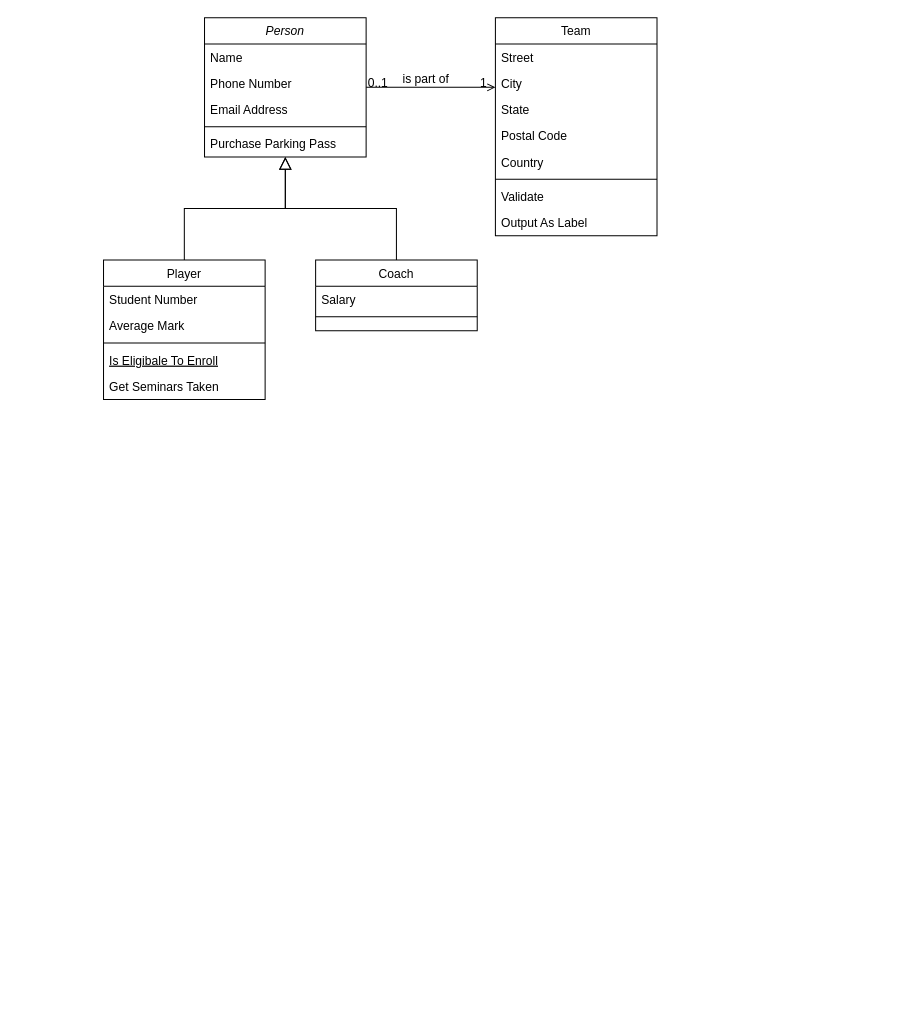
ICC3101-202010/examen-SebAltmann-uandes keeps this draw.io diagram as UML_ExamenSebastiánAltmann.drawio. Above is the earlier version. Source tidied: cells renumbered, new cells numbered last; positions are measured from the earlier drawing's top-left corner, leaving out a move shared by most shapes. Both pictures are drawn from the tidied source at 101%, with x=0, y=0 at pixel (103, 17).
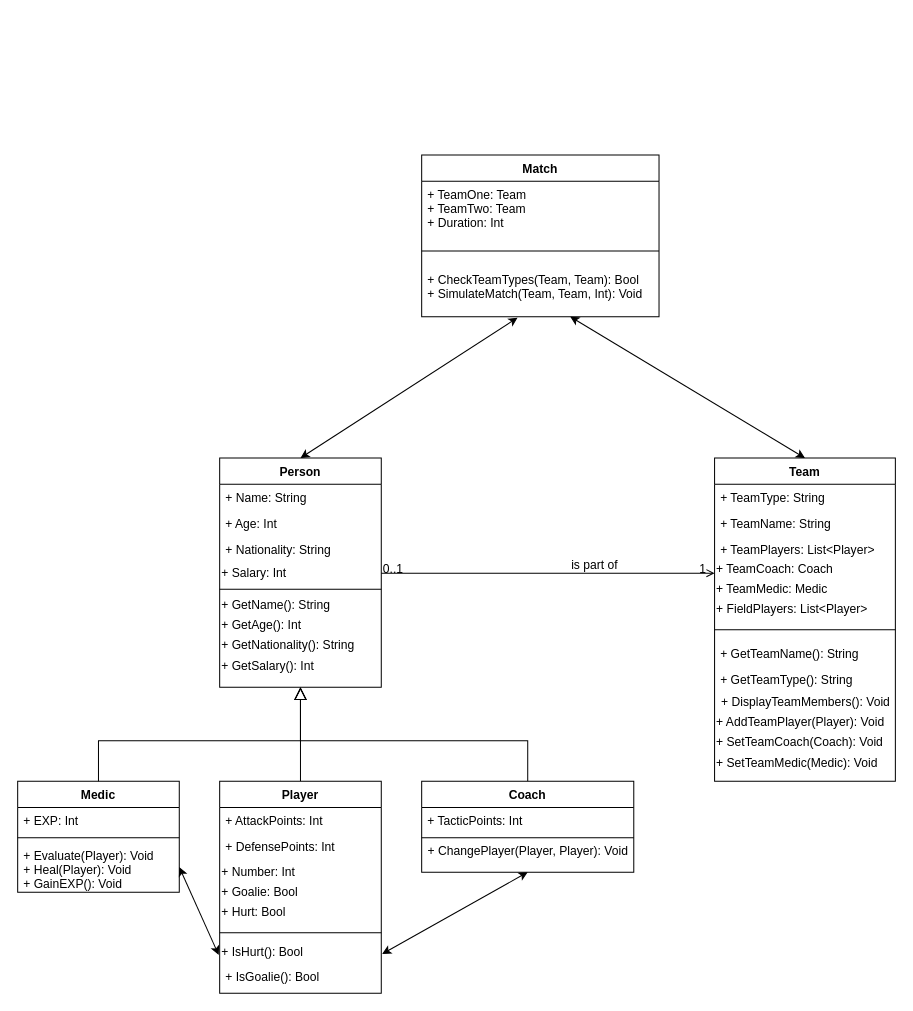
Above is the later version.

Change to the diagram source:
```diff
@@
+    <mxCell id="14" style="endArrow=block;endSize=10;endFill=0;shadow=0;strokeWidth=1;rounded=0;edgeStyle=elbowEdgeStyle;elbow=vertical;" parent="1" edge="1" source="8" target="2">
+      <mxGeometry relative="1" as="geometry" />
+    </mxCell>
+    <mxCell id="18" style="endArrow=block;endSize=10;endFill=0;shadow=0;strokeWidth=1;rounded=0;edgeStyle=elbowEdgeStyle;elbow=vertical;" parent="1" edge="1" source="15" target="2">
+      <mxGeometry relative="1" as="geometry">
+        <Array as="points">
+          <mxPoint x="305" y="716" />
+        </Array>
+      </mxGeometry>
+    </mxCell>
+    <mxCell id="28" style="endArrow=open;shadow=0;strokeWidth=1;strokeColor=#000000;rounded=0;endFill=1;edgeStyle=elbowEdgeStyle;elbow=vertical;" parent="1" edge="1" source="2" target="19">
+      <mxGeometry x="0.5" y="41" relative="1" as="geometry">
+        <mxPoint x="-40" y="32" as="offset" />
+      </mxGeometry>
+    </mxCell>
+    <mxCell id="29" value="0..1" style="align=left;verticalAlign=bottom;labelBackgroundColor=none;fontSize=12;" parent="28" vertex="1">
+      <mxGeometry x="-1" relative="1" as="geometry">
+        <mxPoint y="4" as="offset" />
+      </mxGeometry>
+    </mxCell>
+    <mxCell id="30" value="1" style="align=right;verticalAlign=bottom;labelBackgroundColor=none;fontSize=12;" parent="28" vertex="1">
+      <mxGeometry x="1" relative="1" as="geometry">
+        <mxPoint x="-7" y="4" as="offset" />
+      </mxGeometry>
+    </mxCell>
+    <mxCell id="31" value="is part of" style="text;html=1;align=center;verticalAlign=middle;labelBackgroundColor=none;rounded=0;shadow=0;strokeWidth=1;fontSize=12;" parent="28" vertex="1">
+      <mxGeometry x="0.5" y="49" relative="1" as="geometry">
+        <mxPoint x="-38" y="40" as="offset" />
+      </mxGeometry>
+    </mxCell>
+    <mxCell id="32" style="edgeStyle=orthogonalEdgeStyle;rounded=0;jettySize=auto;html=1;endArrow=block;endFill=0;endSize=10;entryX=0.5;entryY=1;entryDx=0;entryDy=0;exitX=0.5;exitY=0;exitDx=0;exitDy=0;" parent="1" edge="1" source="45" target="2">
+      <mxGeometry relative="1" as="geometry">
+        <Array as="points">
+          <mxPoint x="-5" y="766" />
+          <mxPoint x="-5" y="716" />
+          <mxPoint x="195" y="716" />
+        </Array>
+      </mxGeometry>
+    </mxCell>
+    <mxCell id="33" style="endArrow=classic;startArrow=classic;html=1;entryX=0.404;entryY=1.02;entryDx=0;entryDy=0;entryPerimeter=0;exitX=0.5;exitY=0;exitDx=0;exitDy=0;" parent="1" edge="1" source="2" target="59">
+      <mxGeometry relative="1" as="geometry" />
+    </mxCell>
+    <mxCell id="34" style="endArrow=classic;startArrow=classic;html=1;entryX=0.626;entryY=1;entryDx=0;entryDy=0;entryPerimeter=0;exitX=0.5;exitY=0;exitDx=0;exitDy=0;" parent="1" edge="1" source="19" target="59">
+      <mxGeometry relative="1" as="geometry" />
+    </mxCell>
-    <mxCell id="2" value="Person" style="swimlane;fontStyle=2;align=center;verticalAlign=top;horizontal=1;startSize=26;rounded=0;shadow=0;strokeWidth=1;" parent="1" vertex="1">
-      <mxGeometry x="100" width="160" height="138" as="geometry" />
+    <mxCell id="2" value="Person" style="swimlane;fontStyle=1;align=center;verticalAlign=top;horizontal=1;startSize=26;rounded=0;shadow=0;strokeWidth=1;" parent="1" vertex="1">
+      <mxGeometry x="115" y="436" width="160" height="227" as="geometry" />
     </mxCell>
-    <mxCell id="3" value="Name" style="text;align=left;verticalAlign=top;spacingLeft=4;spacingRight=4;overflow=hidden;" parent="2" vertex="1">
+    <mxCell id="3" value="+ Name: String" style="text;align=left;verticalAlign=top;spacingLeft=4;spacingRight=4;overflow=hidden;" parent="2" vertex="1">
       <mxGeometry y="26" width="160" height="26" as="geometry" />
     </mxCell>
-    <mxCell id="4" value="Phone Number" style="text;align=left;verticalAlign=top;spacingLeft=4;spacingRight=4;overflow=hidden;rounded=0;shadow=0;html=0;" parent="2" vertex="1">
+    <mxCell id="4" value="+ Age: Int" style="text;align=left;verticalAlign=top;spacingLeft=4;spacingRight=4;overflow=hidden;rounded=0;shadow=0;html=0;" parent="2" vertex="1">
       <mxGeometry y="52" width="160" height="26" as="geometry" />
     </mxCell>
-    <mxCell id="5" value="Email Address" style="text;align=left;verticalAlign=top;spacingLeft=4;spacingRight=4;overflow=hidden;rounded=0;shadow=0;html=0;" parent="2" vertex="1">
+    <mxCell id="5" value="+ Nationality: String" style="text;align=left;verticalAlign=top;spacingLeft=4;spacingRight=4;overflow=hidden;rounded=0;shadow=0;html=0;" parent="2" vertex="1">
       <mxGeometry y="78" width="160" height="26" as="geometry" />
     </mxCell>
+    <mxCell id="35" value="+ Salary: Int" style="text;html=1;align=left;verticalAlign=middle;" parent="2" vertex="1">
+      <mxGeometry y="104" width="160" height="20" as="geometry" />
+    </mxCell>
     <mxCell id="6" style="line;html=1;strokeWidth=1;align=left;verticalAlign=middle;spacingTop=-1;spacingLeft=3;spacingRight=3;labelPosition=right;" parent="2" vertex="1">
-      <mxGeometry y="104" width="160" height="8" as="geometry" />
+      <mxGeometry y="124" width="160" height="12" as="geometry" />
     </mxCell>
-    <mxCell id="7" value="Purchase Parking Pass" style="text;align=left;verticalAlign=top;spacingLeft=4;spacingRight=4;overflow=hidden;" parent="2" vertex="1">
-      <mxGeometry y="112" width="160" height="26" as="geometry" />
-    </mxCell>
+    <mxCell id="36" value="+ GetName(): String" style="text;html=1;align=left;verticalAlign=middle;" parent="2" vertex="1">
+      <mxGeometry y="136" width="160" height="20" as="geometry" />
+    </mxCell>
+    <mxCell id="37" value="+ GetAge(): Int" style="text;html=1;align=left;verticalAlign=middle;" parent="2" vertex="1">
+      <mxGeometry y="156" width="160" height="20" as="geometry" />
+    </mxCell>
+    <mxCell id="38" value="+ GetNationality(): String" style="text;html=1;align=left;verticalAlign=middle;" parent="2" vertex="1">
+      <mxGeometry y="176" width="160" height="20" as="geometry" />
+    </mxCell>
+    <mxCell id="39" value="+ GetSalary(): Int" style="text;html=1;align=left;verticalAlign=middle;" parent="2" vertex="1">
+      <mxGeometry y="196" width="160" height="20" as="geometry" />
+    </mxCell>
+    <mxCell id="15" value="Coach" style="swimlane;fontStyle=1;align=center;verticalAlign=top;horizontal=1;startSize=26;rounded=0;shadow=0;strokeWidth=1;" parent="1" vertex="1">
+      <mxGeometry x="315" y="756" width="210" height="90" as="geometry" />
+    </mxCell>
+    <mxCell id="16" value="+ TacticPoints: Int" style="text;align=left;verticalAlign=top;spacingLeft=4;spacingRight=4;overflow=hidden;" parent="15" vertex="1">
+      <mxGeometry y="26" width="210" height="26" as="geometry" />
+    </mxCell>
+    <mxCell id="17" style="line;html=1;strokeWidth=1;align=left;verticalAlign=middle;spacingTop=-1;spacingLeft=3;spacingRight=3;labelPosition=right;" parent="15" vertex="1">
+      <mxGeometry y="52" width="210" height="8" as="geometry" />
+    </mxCell>
+    <mxCell id="40" value="+ ChangePlayer(Player, Player): Void" style="text;html=1;align=center;verticalAlign=middle;" parent="15" vertex="1">
+      <mxGeometry y="60" width="210" height="20" as="geometry" />
+    </mxCell>
-    <mxCell id="8" value="Player" style="swimlane;fontStyle=0;align=center;verticalAlign=top;horizontal=1;startSize=26;rounded=0;shadow=0;strokeWidth=1;" parent="1" vertex="1">
-      <mxGeometry y="240" width="160" height="138" as="geometry" />
+    <mxCell id="8" value="Player" style="swimlane;fontStyle=1;align=center;verticalAlign=top;horizontal=1;startSize=26;rounded=0;shadow=0;strokeWidth=1;" parent="1" vertex="1">
+      <mxGeometry x="115" y="756" width="160" height="210" as="geometry" />
     </mxCell>
-    <mxCell id="9" value="Student Number" style="text;align=left;verticalAlign=top;spacingLeft=4;spacingRight=4;overflow=hidden;" parent="8" vertex="1">
+    <mxCell id="9" value="+ AttackPoints: Int" style="text;align=left;verticalAlign=top;spacingLeft=4;spacingRight=4;overflow=hidden;" parent="8" vertex="1">
       <mxGeometry y="26" width="160" height="26" as="geometry" />
     </mxCell>
-    <mxCell id="10" value="Average Mark" style="text;align=left;verticalAlign=top;spacingLeft=4;spacingRight=4;overflow=hidden;rounded=0;shadow=0;html=0;" parent="8" vertex="1">
-      <mxGeometry y="52" width="160" height="26" as="geometry" />
+    <mxCell id="10" value="+ DefensePoints: Int" style="text;align=left;verticalAlign=top;spacingLeft=4;spacingRight=4;overflow=hidden;rounded=0;shadow=0;html=0;" parent="8" vertex="1">
+      <mxGeometry y="52" width="160" height="28" as="geometry" />
     </mxCell>
+    <mxCell id="41" value="+ Number: Int" style="text;html=1;align=left;verticalAlign=middle;" parent="8" vertex="1">
+      <mxGeometry y="80" width="160" height="20" as="geometry" />
+    </mxCell>
+    <mxCell id="42" value="+ Goalie: Bool" style="text;html=1;align=left;verticalAlign=middle;" parent="8" vertex="1">
+      <mxGeometry y="100" width="160" height="20" as="geometry" />
+    </mxCell>
+    <mxCell id="43" value="+ Hurt: Bool" style="text;html=1;align=left;verticalAlign=middle;" parent="8" vertex="1">
+      <mxGeometry y="120" width="160" height="20" as="geometry" />
+    </mxCell>
     <mxCell id="11" style="line;html=1;strokeWidth=1;align=left;verticalAlign=middle;spacingTop=-1;spacingLeft=3;spacingRight=3;labelPosition=right;" parent="8" vertex="1">
-      <mxGeometry y="78" width="160" height="8" as="geometry" />
+      <mxGeometry y="140" width="160" height="20" as="geometry" />
     </mxCell>
-    <mxCell id="12" value="Is Eligibale To Enroll" style="text;align=left;verticalAlign=top;spacingLeft=4;spacingRight=4;overflow=hidden;fontStyle=4;" parent="8" vertex="1">
-      <mxGeometry y="86" width="160" height="26" as="geometry" />
-    </mxCell>
+    <mxCell id="44" value="+ IsHurt(): Bool" style="text;html=1;align=left;verticalAlign=middle;points=[];" parent="8" vertex="1">
+      <mxGeometry y="160" width="160" height="20" as="geometry" />
+    </mxCell>
-    <mxCell id="13" value="Get Seminars Taken" style="text;align=left;verticalAlign=top;spacingLeft=4;spacingRight=4;overflow=hidden;" parent="8" vertex="1">
-      <mxGeometry y="112" width="160" height="26" as="geometry" />
+    <mxCell id="13" value="+ IsGoalie(): Bool" style="text;align=left;verticalAlign=top;spacingLeft=4;spacingRight=4;overflow=hidden;" parent="8" vertex="1">
+      <mxGeometry y="180" width="160" height="20" as="geometry" />
     </mxCell>
-    <mxCell id="14" style="endArrow=block;endSize=10;endFill=0;shadow=0;strokeWidth=1;rounded=0;edgeStyle=elbowEdgeStyle;elbow=vertical;" parent="1" edge="1" source="8" target="2">
-      <mxGeometry relative="1" as="geometry" />
-    </mxCell>
-    <mxCell id="15" value="Coach" style="swimlane;fontStyle=0;align=center;verticalAlign=top;horizontal=1;startSize=26;rounded=0;shadow=0;strokeWidth=1;" parent="1" vertex="1">
-      <mxGeometry x="210" y="240" width="160" height="70" as="geometry" />
-    </mxCell>
-    <mxCell id="16" value="Salary" style="text;align=left;verticalAlign=top;spacingLeft=4;spacingRight=4;overflow=hidden;" parent="15" vertex="1">
-      <mxGeometry y="26" width="160" height="26" as="geometry" />
-    </mxCell>
-    <mxCell id="17" style="line;html=1;strokeWidth=1;align=left;verticalAlign=middle;spacingTop=-1;spacingLeft=3;spacingRight=3;labelPosition=right;" parent="15" vertex="1">
-      <mxGeometry y="52" width="160" height="8" as="geometry" />
-    </mxCell>
-    <mxCell id="18" style="endArrow=block;endSize=10;endFill=0;shadow=0;strokeWidth=1;rounded=0;edgeStyle=elbowEdgeStyle;elbow=vertical;" parent="1" edge="1" source="15" target="2">
-      <mxGeometry relative="1" as="geometry" />
-    </mxCell>
+    <mxCell id="45" value="Medic" style="swimlane;fontStyle=1;align=center;verticalAlign=top;horizontal=1;startSize=26;" parent="1" vertex="1">
+      <mxGeometry x="-85" y="756" width="160" height="110" as="geometry" />
+    </mxCell>
+    <mxCell id="46" value="+ EXP: Int" style="text;strokeColor=none;fillColor=none;align=left;verticalAlign=top;spacingLeft=4;spacingRight=4;overflow=hidden;" parent="45" vertex="1">
+      <mxGeometry y="26" width="160" height="26" as="geometry" />
+    </mxCell>
+    <mxCell id="47" style="line;strokeWidth=1;fillColor=none;align=left;verticalAlign=middle;spacingTop=-1;spacingLeft=3;spacingRight=3;labelPosition=right;" parent="45" vertex="1">
+      <mxGeometry y="52" width="160" height="8" as="geometry" />
+    </mxCell>
+    <mxCell id="48" value="+ Evaluate(Player): Void&#10;+ Heal(Player): Void&#10;+ GainEXP(): Void" style="text;strokeColor=none;fillColor=none;align=left;verticalAlign=top;spacingLeft=4;spacingRight=4;overflow=hidden;points=[[0,0.5],[1,0.5]];portConstraint=eastwest;" parent="45" vertex="1">
+      <mxGeometry y="60" width="160" height="50" as="geometry" />
+    </mxCell>
-    <mxCell id="19" value="Team" style="swimlane;fontStyle=0;align=center;verticalAlign=top;horizontal=1;startSize=26;rounded=0;shadow=0;strokeWidth=1;" parent="1" vertex="1">
-      <mxGeometry x="388" width="160" height="216" as="geometry" />
+    <mxCell id="19" value="Team" style="swimlane;fontStyle=1;align=center;verticalAlign=top;horizontal=1;startSize=26;rounded=0;shadow=0;strokeWidth=1;" parent="1" vertex="1">
+      <mxGeometry x="605" y="436" width="179" height="320" as="geometry" />
     </mxCell>
-    <mxCell id="20" value="Street" style="text;align=left;verticalAlign=top;spacingLeft=4;spacingRight=4;overflow=hidden;" parent="19" vertex="1">
-      <mxGeometry y="26" width="160" height="26" as="geometry" />
+    <mxCell id="20" value="+ TeamType: String" style="text;align=left;verticalAlign=top;spacingLeft=4;spacingRight=4;overflow=hidden;" parent="19" vertex="1">
+      <mxGeometry y="26" width="179" height="26" as="geometry" />
     </mxCell>
-    <mxCell id="21" value="City" style="text;align=left;verticalAlign=top;spacingLeft=4;spacingRight=4;overflow=hidden;rounded=0;shadow=0;html=0;" parent="19" vertex="1">
-      <mxGeometry y="52" width="160" height="26" as="geometry" />
+    <mxCell id="21" value="+ TeamName: String" style="text;align=left;verticalAlign=top;spacingLeft=4;spacingRight=4;overflow=hidden;rounded=0;shadow=0;html=0;" parent="19" vertex="1">
+      <mxGeometry y="52" width="179" height="26" as="geometry" />
     </mxCell>
-    <mxCell id="22" value="State" style="text;align=left;verticalAlign=top;spacingLeft=4;spacingRight=4;overflow=hidden;rounded=0;shadow=0;html=0;" parent="19" vertex="1">
-      <mxGeometry y="78" width="160" height="26" as="geometry" />
+    <mxCell id="22" value="+ TeamPlayers: List&lt;Player&gt;" style="text;align=left;verticalAlign=top;spacingLeft=4;spacingRight=4;overflow=hidden;rounded=0;shadow=0;html=0;" parent="19" vertex="1">
+      <mxGeometry y="78" width="179" height="22" as="geometry" />
     </mxCell>
-    <mxCell id="23" value="Postal Code" style="text;align=left;verticalAlign=top;spacingLeft=4;spacingRight=4;overflow=hidden;rounded=0;shadow=0;html=0;" parent="19" vertex="1">
-      <mxGeometry y="104" width="160" height="26" as="geometry" />
-    </mxCell>
-    <mxCell id="24" value="Country" style="text;align=left;verticalAlign=top;spacingLeft=4;spacingRight=4;overflow=hidden;rounded=0;shadow=0;html=0;" parent="19" vertex="1">
-      <mxGeometry y="130" width="160" height="26" as="geometry" />
-    </mxCell>
+    <mxCell id="49" value="+ TeamCoach: Coach" style="text;html=1;align=left;verticalAlign=middle;" parent="19" vertex="1">
+      <mxGeometry y="100" width="179" height="20" as="geometry" />
+    </mxCell>
+    <mxCell id="50" value="+ TeamMedic: Medic" style="text;html=1;align=left;verticalAlign=middle;" parent="19" vertex="1">
+      <mxGeometry y="120" width="179" height="20" as="geometry" />
+    </mxCell>
+    <mxCell id="51" value="+ FieldPlayers: List&amp;lt;Player&amp;gt;" style="text;html=1;align=left;verticalAlign=middle;" parent="19" vertex="1">
+      <mxGeometry y="140" width="179" height="20" as="geometry" />
+    </mxCell>
     <mxCell id="25" style="line;html=1;strokeWidth=1;align=left;verticalAlign=middle;spacingTop=-1;spacingLeft=3;spacingRight=3;labelPosition=right;" parent="19" vertex="1">
-      <mxGeometry y="156" width="160" height="8" as="geometry" />
+      <mxGeometry y="160" width="179" height="20" as="geometry" />
     </mxCell>
-    <mxCell id="26" value="Validate" style="text;align=left;verticalAlign=top;spacingLeft=4;spacingRight=4;overflow=hidden;" parent="19" vertex="1">
-      <mxGeometry y="164" width="160" height="26" as="geometry" />
+    <mxCell id="26" value="+ GetTeamName(): String" style="text;align=left;verticalAlign=top;spacingLeft=4;spacingRight=4;overflow=hidden;" parent="19" vertex="1">
+      <mxGeometry y="180" width="179" height="26" as="geometry" />
     </mxCell>
-    <mxCell id="27" value="Output As Label" style="text;align=left;verticalAlign=top;spacingLeft=4;spacingRight=4;overflow=hidden;" parent="19" vertex="1">
-      <mxGeometry y="190" width="160" height="26" as="geometry" />
+    <mxCell id="27" value="+ GetTeamType(): String" style="text;align=left;verticalAlign=top;spacingLeft=4;spacingRight=4;overflow=hidden;" parent="19" vertex="1">
+      <mxGeometry y="206" width="179" height="26" as="geometry" />
     </mxCell>
-    <mxCell id="28" style="endArrow=open;shadow=0;strokeWidth=1;strokeColor=#000000;rounded=0;endFill=1;edgeStyle=elbowEdgeStyle;elbow=vertical;" parent="1" edge="1" source="2" target="19">
-      <mxGeometry x="0.5" y="41" relative="1" as="geometry">
-        <mxPoint x="-40" y="32" as="offset" />
-      </mxGeometry>
-    </mxCell>
-    <mxCell id="29" value="0..1" style="align=left;verticalAlign=bottom;labelBackgroundColor=none;fontSize=12;" parent="28" vertex="1">
-      <mxGeometry x="-1" relative="1" as="geometry">
-        <mxPoint y="4" as="offset" />
-      </mxGeometry>
-    </mxCell>
-    <mxCell id="30" value="1" style="align=right;verticalAlign=bottom;labelBackgroundColor=none;fontSize=12;" parent="28" vertex="1">
-      <mxGeometry x="1" relative="1" as="geometry">
-        <mxPoint x="-7" y="4" as="offset" />
-      </mxGeometry>
-    </mxCell>
-    <mxCell id="31" value="is part of" style="text;html=1;align=center;verticalAlign=middle;labelBackgroundColor=none;rounded=0;shadow=0;strokeWidth=1;fontSize=12;" parent="28" vertex="1">
-      <mxGeometry x="0.5" y="49" relative="1" as="geometry">
-        <mxPoint x="-38" y="40" as="offset" />
-      </mxGeometry>
-    </mxCell>
+    <mxCell id="52" value="+ DisplayTeamMembers(): Void" style="text;html=1;align=center;verticalAlign=middle;" parent="19" vertex="1">
+      <mxGeometry y="232" width="179" height="20" as="geometry" />
+    </mxCell>
+    <mxCell id="53" value="+ AddTeamPlayer(Player): Void" style="text;html=1;align=left;verticalAlign=middle;" parent="19" vertex="1">
+      <mxGeometry y="252" width="179" height="20" as="geometry" />
+    </mxCell>
+    <mxCell id="54" value="+ SetTeamCoach(Coach): Void" style="text;html=1;align=left;verticalAlign=middle;" parent="19" vertex="1">
+      <mxGeometry y="272" width="179" height="20" as="geometry" />
+    </mxCell>
+    <mxCell id="55" value="+ SetTeamMedic(Medic): Void" style="text;html=1;align=left;verticalAlign=middle;" parent="19" vertex="1">
+      <mxGeometry y="292" width="179" height="20" as="geometry" />
+    </mxCell>
+    <mxCell id="56" value="Match" style="swimlane;fontStyle=1;align=center;verticalAlign=top;horizontal=1;startSize=26;" parent="1" vertex="1">
+      <mxGeometry x="315" y="136" width="235" height="160" as="geometry" />
+    </mxCell>
+    <mxCell id="57" value="+ TeamOne: Team&#10;+ TeamTwo: Team&#10;+ Duration: Int" style="text;strokeColor=none;fillColor=none;align=left;verticalAlign=top;spacingLeft=4;spacingRight=4;overflow=hidden;" parent="56" vertex="1">
+      <mxGeometry y="26" width="235" height="54" as="geometry" />
+    </mxCell>
+    <mxCell id="58" style="line;strokeWidth=1;fillColor=none;align=left;verticalAlign=middle;spacingTop=-1;spacingLeft=3;spacingRight=3;labelPosition=right;" parent="56" vertex="1">
+      <mxGeometry y="80" width="235" height="30" as="geometry" />
+    </mxCell>
+    <mxCell id="59" value="+ CheckTeamTypes(Team, Team): Bool&#10;+ SimulateMatch(Team, Team, Int): Void" style="text;strokeColor=none;fillColor=none;align=left;verticalAlign=top;spacingLeft=4;spacingRight=4;overflow=hidden;points=[[0,0.5],[1,0.5]];portConstraint=eastwest;" parent="56" vertex="1">
+      <mxGeometry y="110" width="235" height="50" as="geometry" />
+    </mxCell>
+    <mxCell id="60" style="endArrow=classic;startArrow=classic;html=1;entryX=0.5;entryY=1;entryDx=0;entryDy=0;exitX=1.006;exitY=0.55;exitDx=0;exitDy=0;exitPerimeter=0;" parent="1" edge="1" source="44" target="15">
+      <mxGeometry relative="1" as="geometry" />
+    </mxCell>
+    <mxCell id="61" style="endArrow=classic;startArrow=classic;html=1;exitX=1;exitY=0.5;exitDx=0;exitDy=0;entryX=-0.006;entryY=0.6;entryDx=0;entryDy=0;entryPerimeter=0;" parent="1" edge="1" source="48" target="44">
+      <mxGeometry relative="1" as="geometry" />
+    </mxCell>
```
